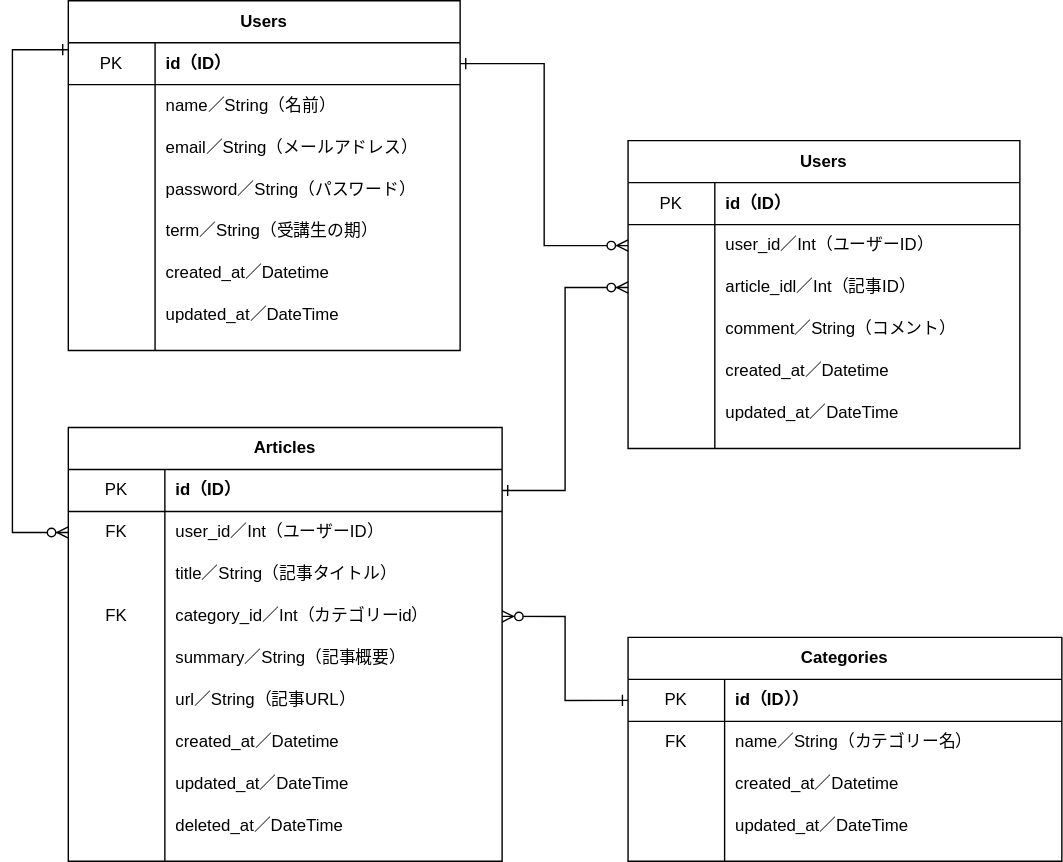
Before: development-document/ER図.svg, a diagram exported from draw.io (nakasan773/docker-test). Source tidied: cells renumbered, new cells last; positions are measured from the earlier drawing's top-left corner, leaving out a move shared by most shapes.
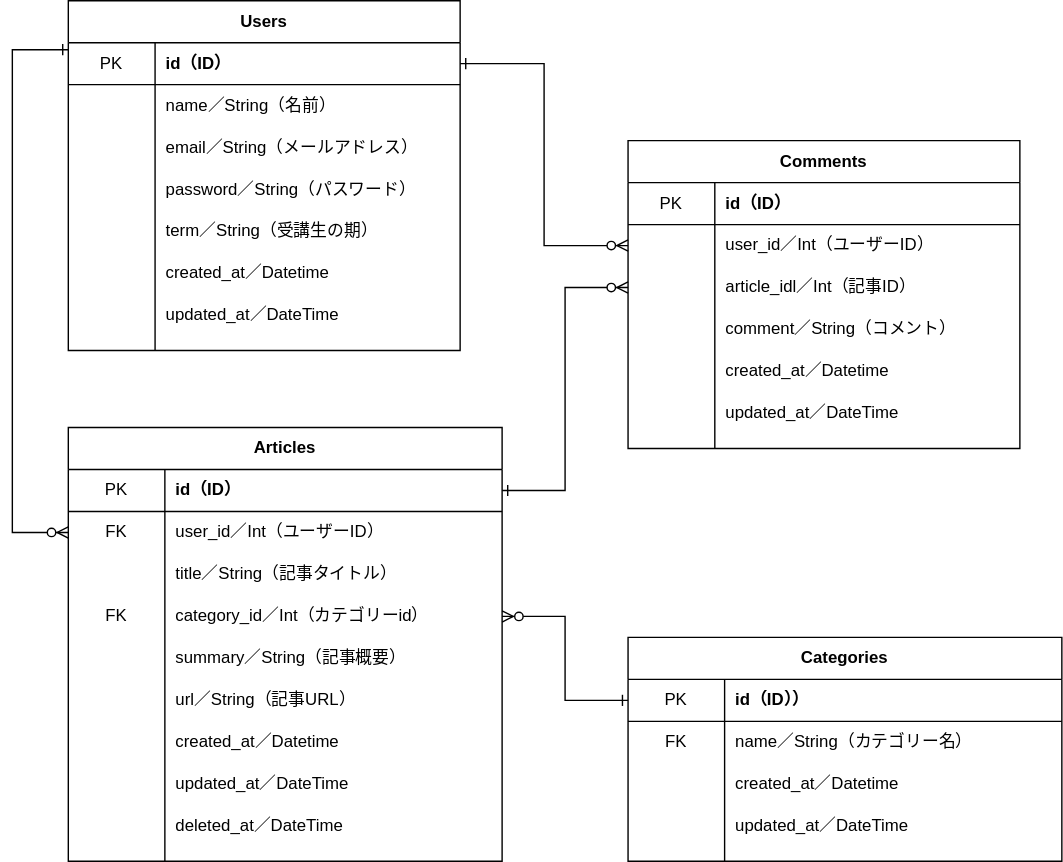
The same file after the commit.

Commit message:
ER図のCommentsテーブルの名前がUsersになっていたので修正

Diff of the diagram source:
```diff
@@ -2,7 +2,7 @@
   <root>
     <mxCell id="0" />
     <mxCell id="1" parent="0" />
-    <mxCell id="2" value="Users" style="shape=table;html=1;whiteSpace=wrap;startSize=30;rowLines=0;fontStyle=1;align=center;" parent="1" vertex="1">
+    <mxCell id="2" value="Comments" style="shape=table;html=1;whiteSpace=wrap;startSize=30;rowLines=0;fontStyle=1;align=center;" parent="1" vertex="1">
       <mxGeometry x="440" y="100" width="280" height="220" as="geometry" />
     </mxCell>
     <mxCell id="3" style="shape=partialRectangle;html=1;whiteSpace=wrap;fillColor=none;top=0;left=0;bottom=1;right=0;" parent="2" vertex="1">
```
